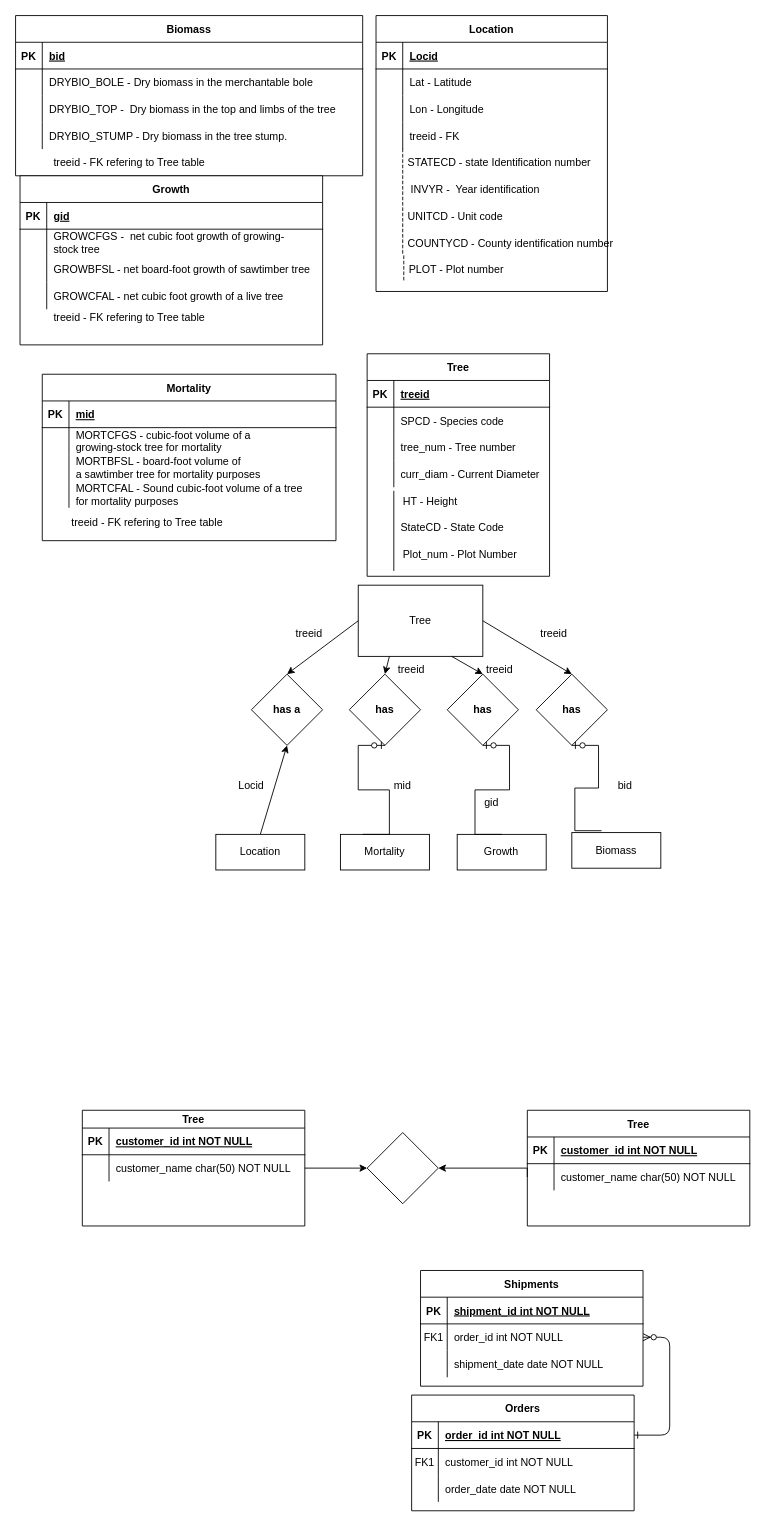
AllisonWChoy/BF768-FIADBProject keeps this draw.io diagram as page "Page-1" (1 of 2) of Untitled Diagram.drawio. Above is the earlier version. Source tidied: cells renumbered, new cells numbered last; positions are measured from the earlier drawing's top-left corner, leaving out a move shared by most shapes. Both pictures are drawn from the tidied source at 89%, with x=0, y=0 at pixel (15, 15).
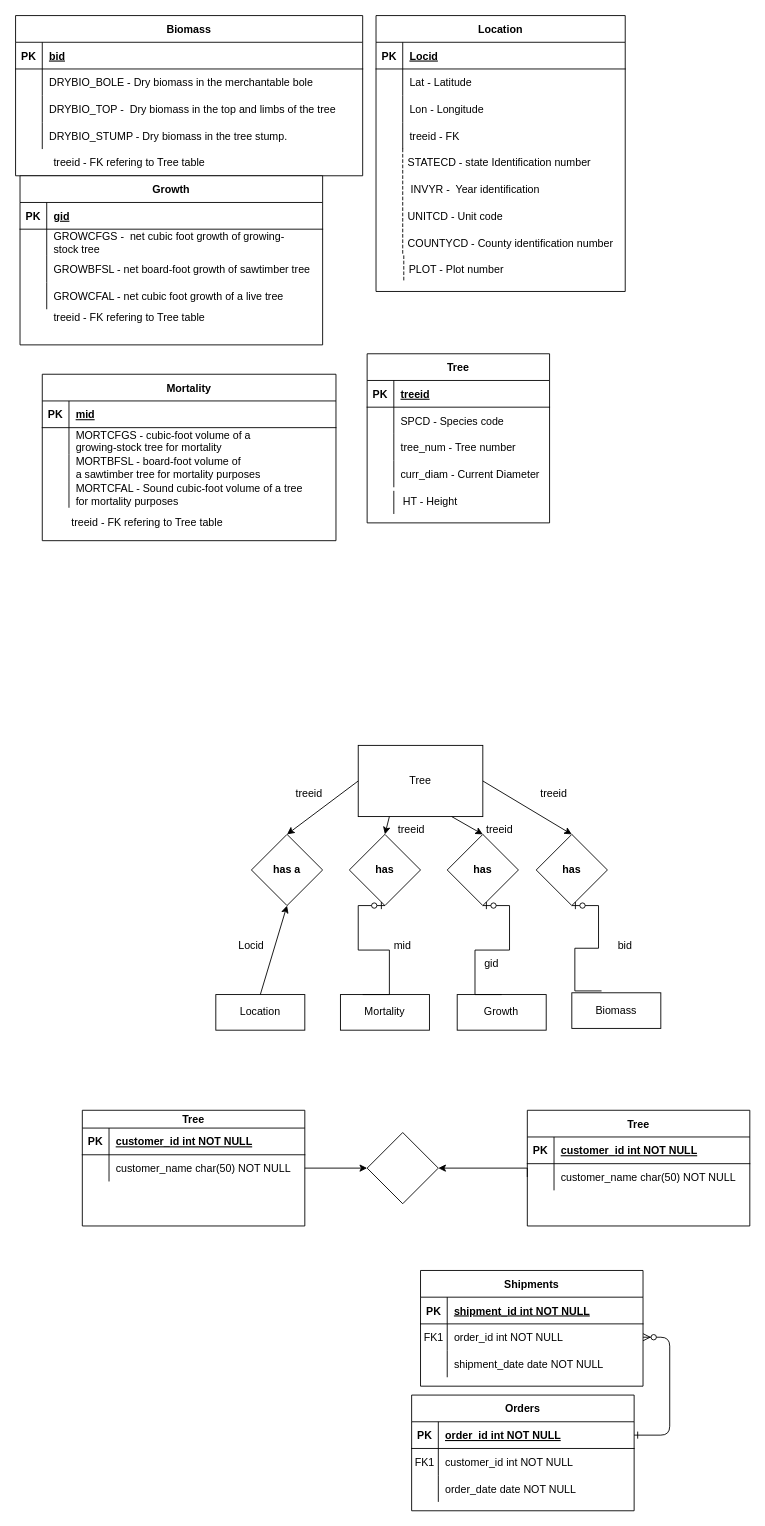
Above is the later version.

Diff of the diagram source:
```diff
@@
     <mxCell id="79" value="Location" style="shape=table;startSize=30;childLayout=tableLayout;rowLines=0;fontStyle=1;align=center;" parent="1" vertex="1">
-      <mxGeometry x="405" width="260" height="310" as="geometry" />
+      <mxGeometry x="405" width="280" height="310" as="geometry" />
     </mxCell>
     <mxCell id="80" style="shape=tableRow;horizontal=0;startSize=0;swimlaneHead=0;swimlaneBody=0;fillColor=none;top=0;left=0;right=0;bottom=1;" parent="79" vertex="1">
-      <mxGeometry y="30" width="260" height="30" as="geometry" />
+      <mxGeometry y="30" width="280" height="30" as="geometry" />
     </mxCell>
@@
     <mxCell id="82" value="Locid" style="shape=partialRectangle;fillColor=none;top=0;left=0;bottom=0;right=0;align=left;spacingLeft=6;fontStyle=5;overflow=hidden;" parent="80" vertex="1">
-      <mxGeometry x="30" width="230" height="30" as="geometry" />
+      <mxGeometry x="30" width="250" height="30" as="geometry" />
     </mxCell>
     <mxCell id="83" style="shape=tableRow;horizontal=0;startSize=0;swimlaneHead=0;swimlaneBody=0;fillColor=none;top=0;left=0;right=0;bottom=0;" parent="79" vertex="1">
-      <mxGeometry y="60" width="260" height="30" as="geometry" />
+      <mxGeometry y="60" width="280" height="30" as="geometry" />
     </mxCell>
@@
     <mxCell id="85" value="Lat - Latitude " style="shape=partialRectangle;fillColor=none;top=0;left=0;bottom=0;right=0;align=left;spacingLeft=6;overflow=hidden;" parent="83" vertex="1">
-      <mxGeometry x="30" width="230" height="30" as="geometry" />
+      <mxGeometry x="30" width="250" height="30" as="geometry" />
     </mxCell>
     <mxCell id="86" style="shape=tableRow;horizontal=0;startSize=0;swimlaneHead=0;swimlaneBody=0;fillColor=none;top=0;left=0;right=0;bottom=0;" parent="79" vertex="1">
-      <mxGeometry y="90" width="260" height="30" as="geometry" />
+      <mxGeometry y="90" width="280" height="30" as="geometry" />
     </mxCell>
@@
     <mxCell id="88" value="Lon - Longitude " style="shape=partialRectangle;fillColor=none;top=0;left=0;bottom=0;right=0;align=left;spacingLeft=6;overflow=hidden;" parent="86" vertex="1">
-      <mxGeometry x="30" width="230" height="30" as="geometry" />
+      <mxGeometry x="30" width="250" height="30" as="geometry" />
     </mxCell>
     <mxCell id="89" style="shape=tableRow;horizontal=0;startSize=0;swimlaneHead=0;swimlaneBody=0;fillColor=none;top=0;left=0;right=0;bottom=0;" parent="79" vertex="1">
-      <mxGeometry y="120" width="260" height="30" as="geometry" />
+      <mxGeometry y="120" width="280" height="30" as="geometry" />
     </mxCell>
@@
     <mxCell id="91" value="treeid - FK" style="shape=partialRectangle;fillColor=none;top=0;left=0;bottom=0;right=0;align=left;spacingLeft=6;overflow=hidden;" parent="89" vertex="1">
-      <mxGeometry x="30" width="230" height="30" as="geometry" />
+      <mxGeometry x="30" width="250" height="30" as="geometry" />
     </mxCell>
     <mxCell id="92" value="Tree" style="shape=table;startSize=30;childLayout=tableLayout;rowLines=0;fontStyle=1;align=center;" parent="1" vertex="1">
-      <mxGeometry x="395" y="380" width="205" height="250" as="geometry" />
+      <mxGeometry x="395" y="380" width="205" height="190" as="geometry" />
     </mxCell>
@@
     <mxCell id="105" style="endArrow=none;html=1;rounded=0;" parent="1" edge="1">
       <mxGeometry relative="1" as="geometry">
-        <mxPoint x="425" y="624" as="sourcePoint" />
+        <mxPoint x="425" y="560" as="sourcePoint" />
         <mxPoint x="425" y="534" as="targetPoint" />
       </mxGeometry>
     </mxCell>
@@
-    <mxCell id="107" value="StateCD - State Code" style="shape=partialRectangle;fillColor=none;top=0;left=0;bottom=0;right=0;align=left;spacingLeft=6;overflow=hidden;" parent="1" vertex="1">
-      <mxGeometry x="425" y="560" width="175" height="30" as="geometry" />
-    </mxCell>
-    <mxCell id="108" value="Plot_num - Plot Number" style="shape=partialRectangle;fillColor=none;top=0;left=0;bottom=0;right=0;align=left;spacingLeft=6;overflow=hidden;" parent="1" vertex="1">
-      <mxGeometry x="427.5" y="590" width="175" height="30" as="geometry" />
-    </mxCell>
@@
     <mxCell id="112" value="Tree" style="whiteSpace=wrap;html=1;align=center;" parent="1" vertex="1">
-      <mxGeometry x="385" y="640" width="140" height="80" as="geometry" />
+      <mxGeometry x="385" y="820" width="140" height="80" as="geometry" />
     </mxCell>
     <mxCell id="113" value="has a" style="rhombus;whiteSpace=wrap;html=1;startSize=30;fontStyle=1;" parent="1" vertex="1">
-      <mxGeometry x="265" y="740" width="80" height="80" as="geometry" />
+      <mxGeometry x="265" y="920" width="80" height="80" as="geometry" />
     </mxCell>
     <mxCell id="114" value="has" style="rhombus;whiteSpace=wrap;html=1;startSize=30;fontStyle=1;" parent="1" vertex="1">
-      <mxGeometry x="375" y="740" width="80" height="80" as="geometry" />
+      <mxGeometry x="375" y="920" width="80" height="80" as="geometry" />
     </mxCell>
     <mxCell id="115" value="has" style="rhombus;whiteSpace=wrap;html=1;startSize=30;fontStyle=1;" parent="1" vertex="1">
-      <mxGeometry x="485" y="740" width="80" height="80" as="geometry" />
+      <mxGeometry x="485" y="920" width="80" height="80" as="geometry" />
     </mxCell>
     <mxCell id="116" value="has" style="rhombus;whiteSpace=wrap;html=1;startSize=30;fontStyle=1;" parent="1" vertex="1">
-      <mxGeometry x="585" y="740" width="80" height="80" as="geometry" />
+      <mxGeometry x="585" y="920" width="80" height="80" as="geometry" />
     </mxCell>
     <mxCell id="117" value="Location" style="whiteSpace=wrap;html=1;align=center;" parent="1" vertex="1">
-      <mxGeometry x="225" y="920" width="100" height="40" as="geometry" />
+      <mxGeometry x="225" y="1100" width="100" height="40" as="geometry" />
     </mxCell>
     <mxCell id="118" value="Mortality" style="whiteSpace=wrap;html=1;align=center;" parent="1" vertex="1">
-      <mxGeometry x="365" y="920" width="100" height="40" as="geometry" />
+      <mxGeometry x="365" y="1100" width="100" height="40" as="geometry" />
     </mxCell>
     <mxCell id="119" value="Growth" style="whiteSpace=wrap;html=1;align=center;" parent="1" vertex="1">
-      <mxGeometry x="496.2" y="920" width="100" height="40" as="geometry" />
+      <mxGeometry x="496.2" y="1100" width="100" height="40" as="geometry" />
     </mxCell>
     <mxCell id="120" value="Biomass" style="whiteSpace=wrap;html=1;align=center;" parent="1" vertex="1">
-      <mxGeometry x="625" y="918" width="100" height="40" as="geometry" />
+      <mxGeometry x="625" y="1098" width="100" height="40" as="geometry" />
     </mxCell>
@@
     <mxCell id="126" value="treeid" style="text;html=1;strokeColor=none;fillColor=none;align=center;verticalAlign=middle;whiteSpace=wrap;rounded=0;" parent="1" vertex="1">
-      <mxGeometry x="300" y="680" width="60" height="30" as="geometry" />
+      <mxGeometry x="300" y="860" width="60" height="30" as="geometry" />
     </mxCell>
     <mxCell id="127" value="treeid" style="text;html=1;strokeColor=none;fillColor=none;align=center;verticalAlign=middle;whiteSpace=wrap;rounded=0;" parent="1" vertex="1">
-      <mxGeometry x="415" y="720" width="60" height="30" as="geometry" />
+      <mxGeometry x="415" y="900" width="60" height="30" as="geometry" />
     </mxCell>
     <mxCell id="128" value="treeid" style="text;html=1;strokeColor=none;fillColor=none;align=center;verticalAlign=middle;whiteSpace=wrap;rounded=0;" parent="1" vertex="1">
-      <mxGeometry x="514" y="720" width="60" height="30" as="geometry" />
+      <mxGeometry x="514" y="900" width="60" height="30" as="geometry" />
     </mxCell>
     <mxCell id="129" value="treeid" style="text;html=1;strokeColor=none;fillColor=none;align=center;verticalAlign=middle;whiteSpace=wrap;rounded=0;" parent="1" vertex="1">
-      <mxGeometry x="575" y="680" width="60" height="30" as="geometry" />
+      <mxGeometry x="575" y="860" width="60" height="30" as="geometry" />
     </mxCell>
     <mxCell id="130" value="Locid" style="text;html=1;strokeColor=none;fillColor=none;align=center;verticalAlign=middle;whiteSpace=wrap;rounded=0;" parent="1" vertex="1">
-      <mxGeometry x="235" y="850" width="60" height="30" as="geometry" />
+      <mxGeometry x="235" y="1030" width="60" height="30" as="geometry" />
     </mxCell>
     <mxCell id="131" value="mid" style="text;html=1;strokeColor=none;fillColor=none;align=center;verticalAlign=middle;whiteSpace=wrap;rounded=0;" parent="1" vertex="1">
-      <mxGeometry x="405" y="850" width="60" height="30" as="geometry" />
+      <mxGeometry x="405" y="1030" width="60" height="30" as="geometry" />
     </mxCell>
     <mxCell id="132" value="gid" style="text;html=1;strokeColor=none;fillColor=none;align=center;verticalAlign=middle;whiteSpace=wrap;rounded=0;" parent="1" vertex="1">
-      <mxGeometry x="505" y="870" width="60" height="30" as="geometry" />
+      <mxGeometry x="505" y="1050" width="60" height="30" as="geometry" />
     </mxCell>
     <mxCell id="133" value="bid" style="text;html=1;strokeColor=none;fillColor=none;align=center;verticalAlign=middle;whiteSpace=wrap;rounded=0;" parent="1" vertex="1">
-      <mxGeometry x="655" y="850" width="60" height="30" as="geometry" />
+      <mxGeometry x="655" y="1030" width="60" height="30" as="geometry" />
     </mxCell>
```
